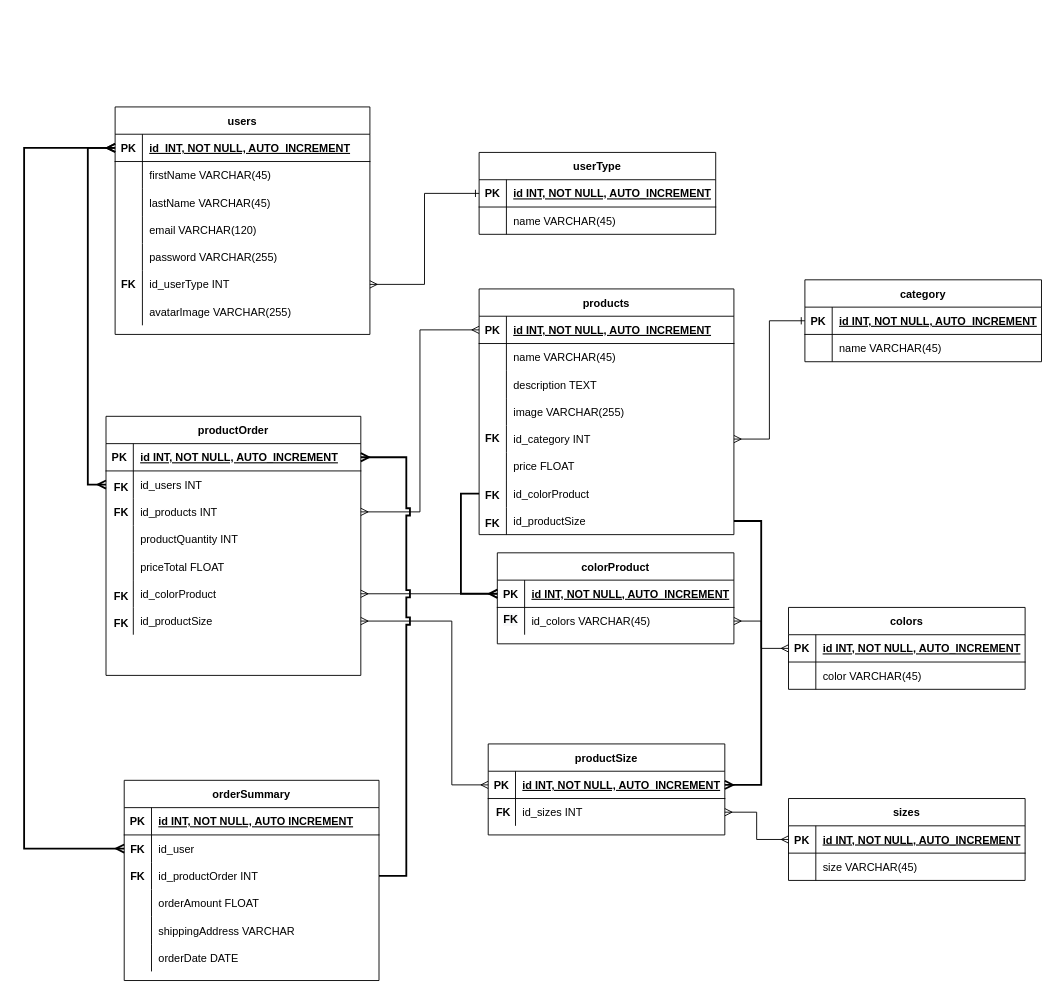
The draw.io diagram dbOldmilanoSQL/diagrama de realaciones.drawio in lucasrod1/grupo_10_ecommerce, before the edit. Source tidied: cells renumbered, new cells numbered last; positions are measured from the earlier drawing's top-left corner, leaving out a move shared by most shapes. Both pictures are drawn from the tidied source at 91%, with x=0, y=0 at pixel (24, 15).
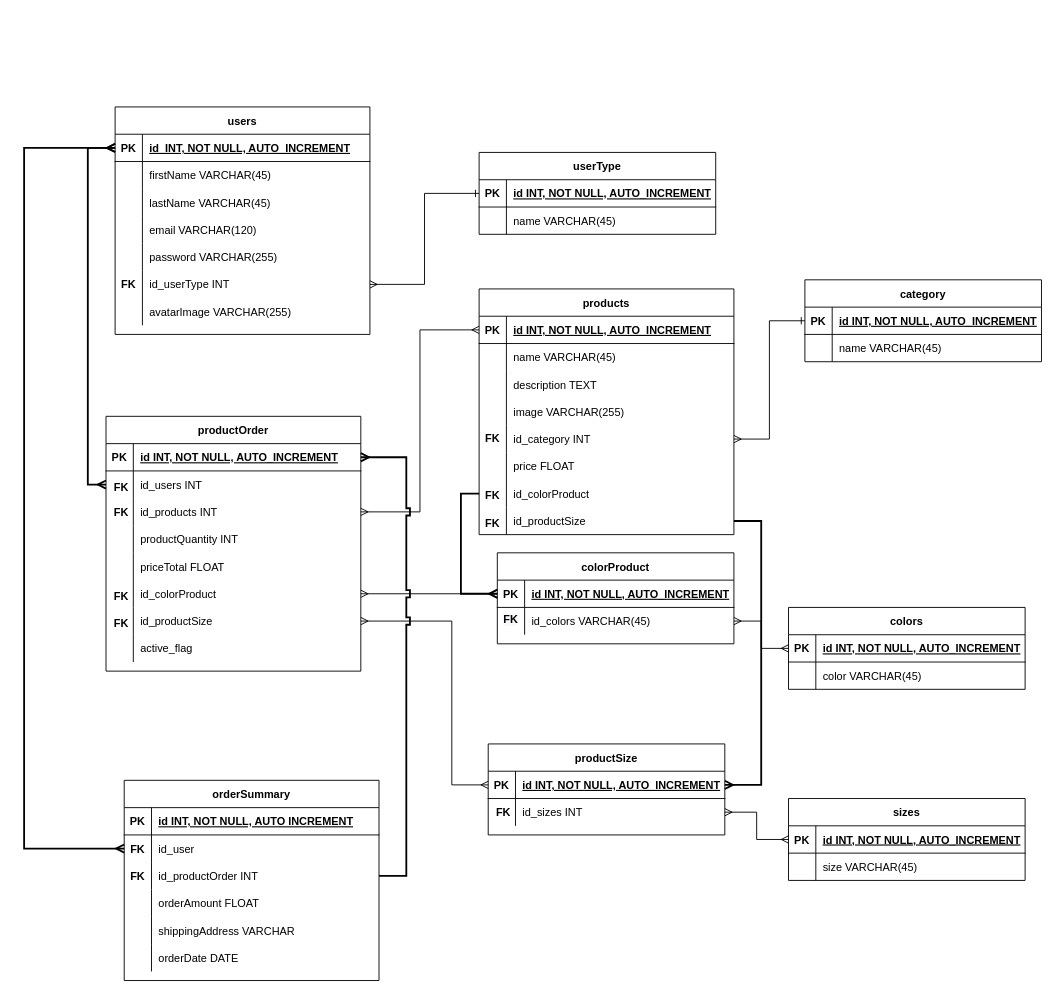
The same page after the edit.

Commit message (it also covers changes not shown here):
Se agrega dentro de tabla productOrder el campo active_flag para poder diferenciar los productos de carrito activos o inactivos

Change to the diagram source:
```diff
@@
     <mxCell id="70" style="group;" parent="1" vertex="1">
-      <mxGeometry x="122" y="440" width="280" height="244.2" as="geometry" />
+      <mxGeometry x="122" y="440" width="280" height="290" as="geometry" />
     </mxCell>
     <mxCell id="71" style="group;" parent="70" vertex="1">
-      <mxGeometry width="280" height="244.2" as="geometry" />
+      <mxGeometry width="280" height="290" as="geometry" />
     </mxCell>
     <mxCell id="72" value="productOrder" style="shape=table;startSize=30;childLayout=tableLayout;rowLines=0;fontStyle=1;align=center;" parent="71" vertex="1">
-      <mxGeometry x="-32" width="280" height="284.7" as="geometry" />
+      <mxGeometry x="-32" width="280" height="280" as="geometry" />
     </mxCell>
@@
+    <mxCell id="161" style="shape=partialRectangle;fillColor=none;top=0;left=0;bottom=0;right=0;" parent="72" vertex="1">
+      <mxGeometry y="240" width="280" height="30" as="geometry" />
+    </mxCell>
+    <mxCell id="162" style="shape=partialRectangle;fillColor=none;top=0;left=0;bottom=0;right=0;overflow=hidden;" parent="161" vertex="1">
+      <mxGeometry width="30" height="30" as="geometry" />
+    </mxCell>
+    <mxCell id="163" value="active_flag" style="shape=partialRectangle;fillColor=none;top=0;left=0;bottom=0;right=0;align=left;spacingLeft=6;overflow=hidden;" parent="161" vertex="1">
+      <mxGeometry x="30" width="250" height="30" as="geometry" />
+    </mxCell>
```
